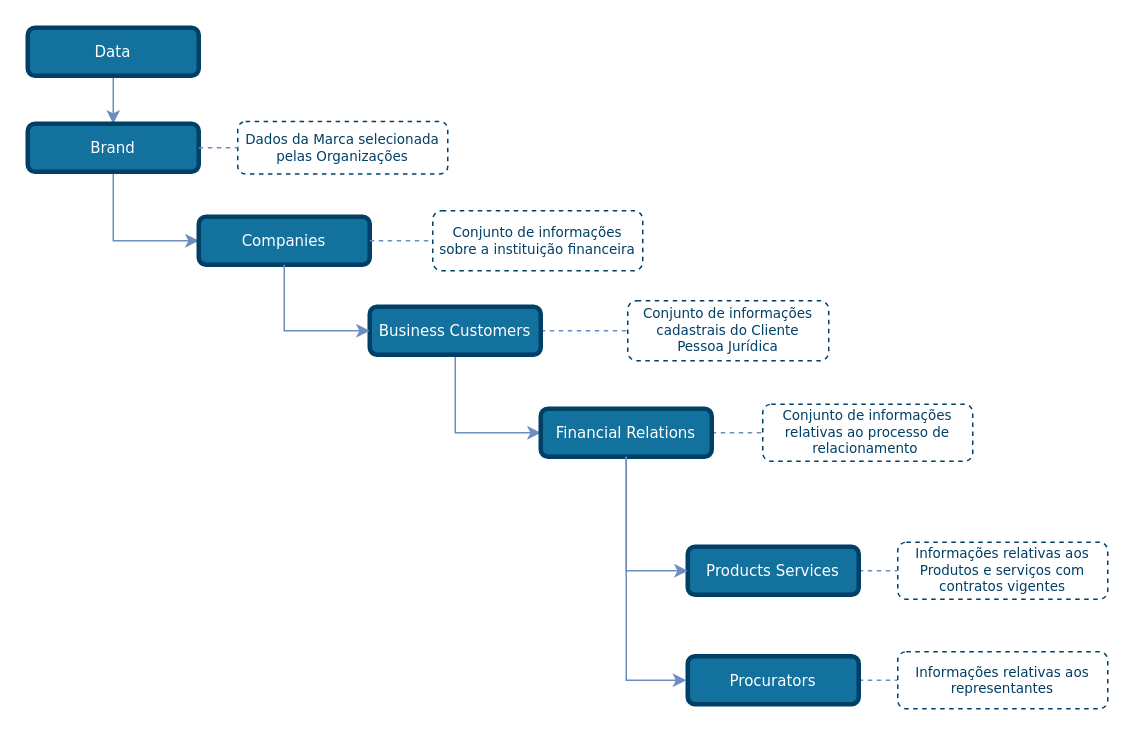
Before: draw_io_diagrams/customers/TLD_Business_Customers_Financial_Relation_v2.drawio in OpenBanking-Brasil/areadesenvolvedor, a draw.io diagram. Source tidied: cells renumbered, new cells numbered last; positions are measured from the earlier drawing's top-left corner, leaving out a move shared by most shapes. Both pictures are drawn from the tidied source at 150%, with x=0, y=0 at pixel (27, 27).
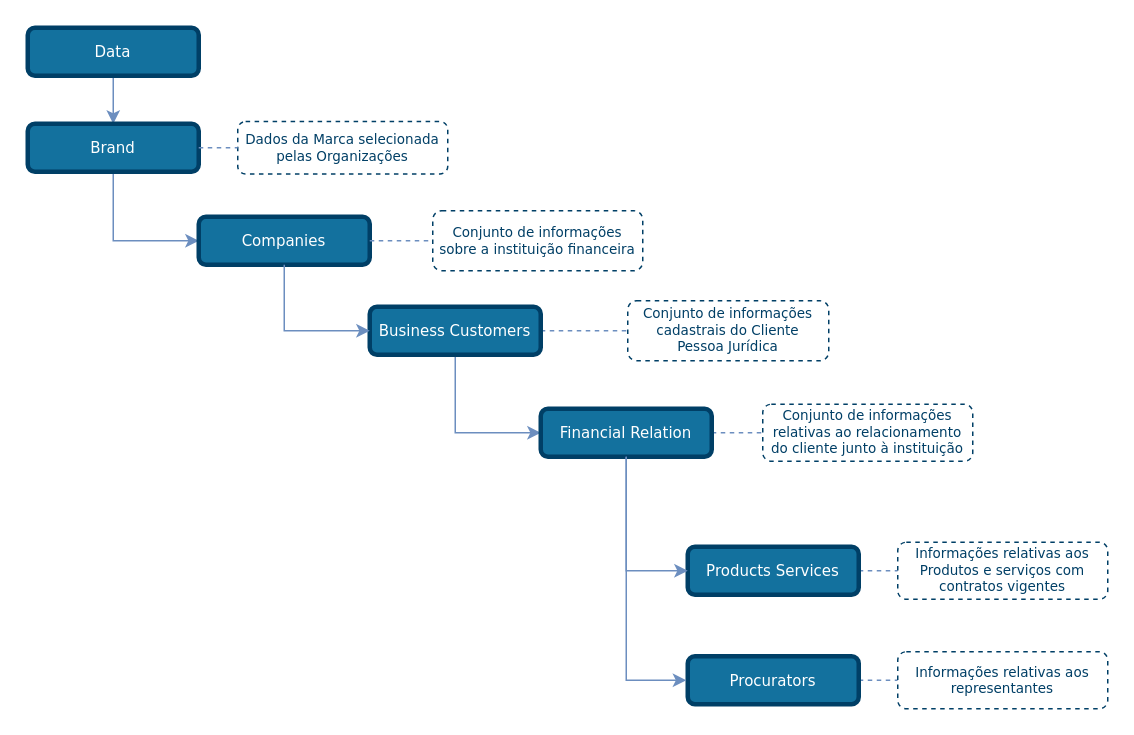
The same diagram, later.

Commit message (it also covers changes not shown here):
Customers - Corrigir TLD

Diff of the diagram source:
```diff
@@
-    <mxCell id="10" value="Financial Relations" style="rounded=1;whiteSpace=wrap;html=1;comic=0;shadow=0;backgroundOutline=0;snapToPoint=0;fixDash=0;strokeWidth=3;fontFamily=Verdana;fontStyle=0;labelBackgroundColor=none;labelBorderColor=none;fontSize=10;fillColor=#13719E;strokeColor=#003F66;fontColor=#ffffff;" parent="1" vertex="1">
+    <mxCell id="10" value="Financial Relation" style="rounded=1;whiteSpace=wrap;html=1;comic=0;shadow=0;backgroundOutline=0;snapToPoint=0;fixDash=0;strokeWidth=3;fontFamily=Verdana;fontStyle=0;labelBackgroundColor=none;labelBorderColor=none;fontSize=10;fillColor=#13719E;strokeColor=#003F66;fontColor=#ffffff;" parent="1" vertex="1">
       <mxGeometry x="342" y="254" width="114" height="32" as="geometry" />
     </mxCell>
@@
-    <mxCell id="16" value="&lt;font style=&quot;font-size: 9px&quot;&gt;Conjunto de informações relativas ao processo de relacionamento&amp;nbsp;&lt;/font&gt;" style="rounded=1;whiteSpace=wrap;html=1;shadow=0;comic=0;strokeColor=#003F66;strokeWidth=1;fillColor=#ffffff;fontFamily=Verdana;fontSize=9;fontColor=#003F66;dashed=1;spacingLeft=5;spacing=0;spacingRight=5;spacingBottom=5;spacingTop=5;align=center;verticalAlign=middle;gradientColor=#ffffff;" parent="1" vertex="1">
+    <mxCell id="16" value="&lt;font style=&quot;font-size: 9px&quot;&gt;Conjunto de informações relativas ao relacionamento do cliente junto à instituição&lt;/font&gt;" style="rounded=1;whiteSpace=wrap;html=1;shadow=0;comic=0;strokeColor=#003F66;strokeWidth=1;fillColor=#ffffff;fontFamily=Verdana;fontSize=9;fontColor=#003F66;dashed=1;spacingLeft=5;spacing=0;spacingRight=5;spacingBottom=5;spacingTop=5;align=center;verticalAlign=middle;gradientColor=#ffffff;" parent="1" vertex="1">
       <mxGeometry x="490" y="251" width="140" height="38" as="geometry" />
     </mxCell>
```
